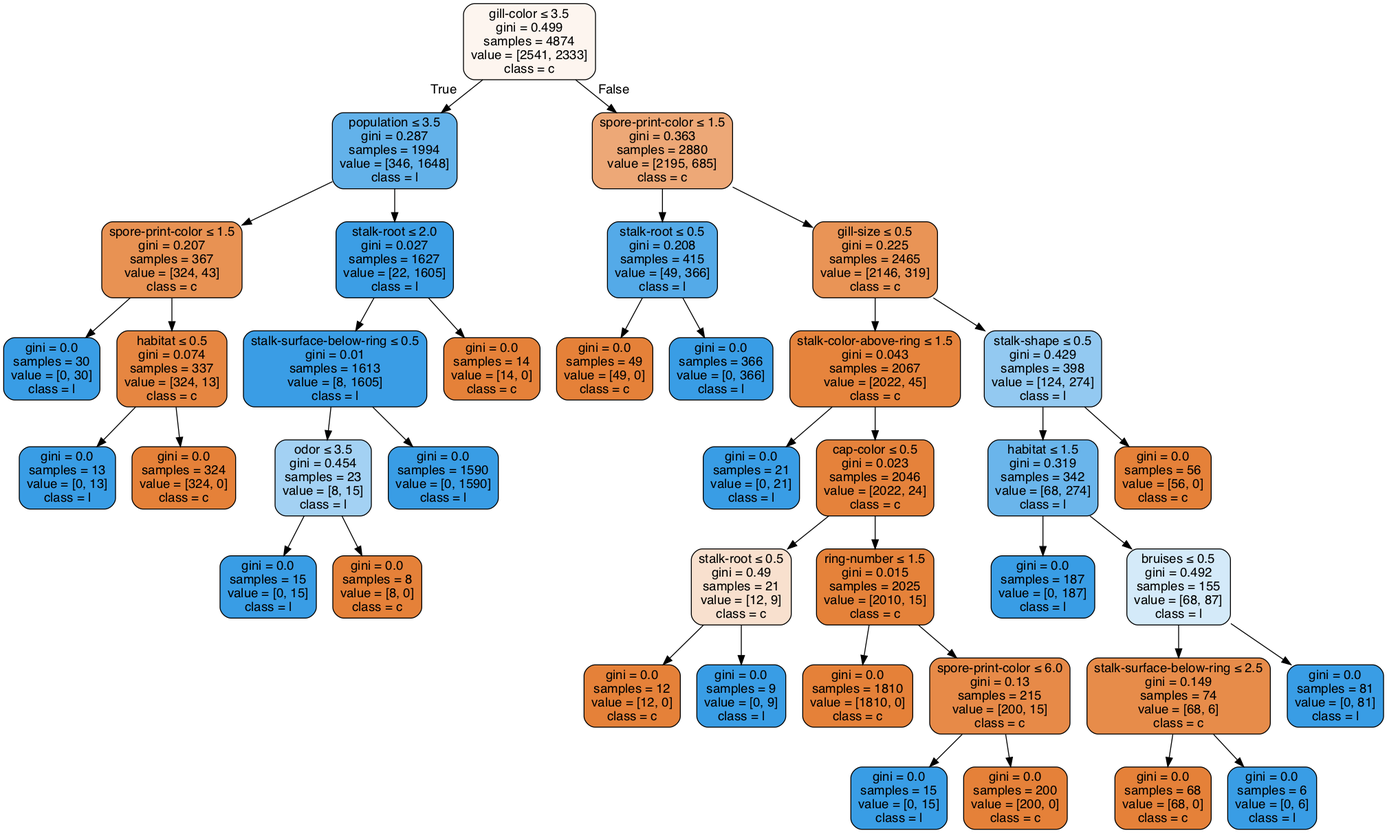
anhle199/Intro2AI-HCMUS keeps this Graphviz diagram as Lab02/clf-60-40.gv.png. Above is the earlier version. Its source is kept beside it as Lab02/clf-60-40.gv.
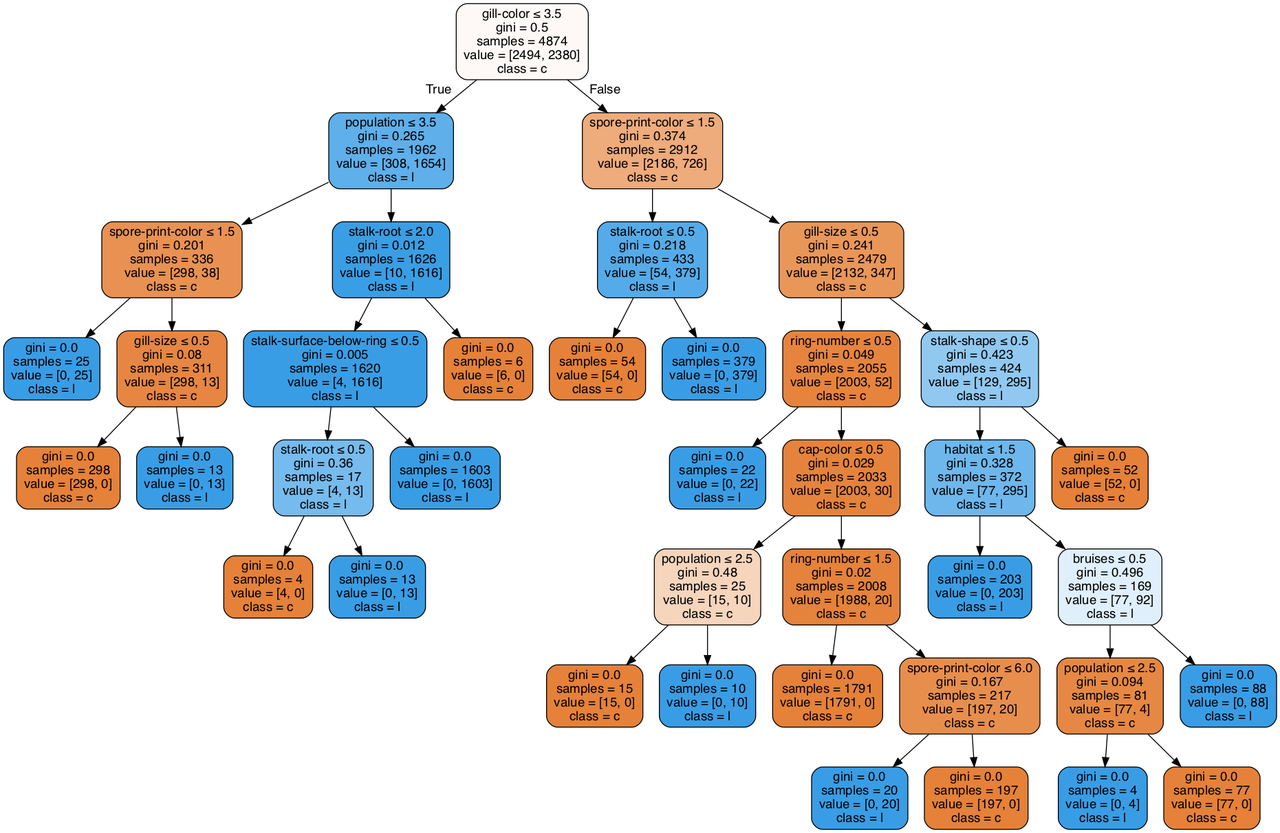
After the commit.

Diff of the diagram source:
```diff
@@ -1,81 +1,81 @@
 digraph Tree {
 node [shape=box, style="filled, rounded", color="black", fontname=helvetica] ;
 edge [fontname=helvetica] ;
-0 [label=<gill-color &le; 3.5<br/>gini = 0.499<br/>samples = 4874<br/>value = [2541, 2333]<br/>class = c>, fillcolor="#fdf5ef"] ;
-1 [label=<population &le; 3.5<br/>gini = 0.287<br/>samples = 1994<br/>value = [346, 1648]<br/>class = l>, fillcolor="#63b2ea"] ;
+0 [label=<gill-color &le; 3.5<br/>gini = 0.5<br/>samples = 4874<br/>value = [2494, 2380]<br/>class = c>, fillcolor="#fef9f6"] ;
+1 [label=<population &le; 3.5<br/>gini = 0.265<br/>samples = 1962<br/>value = [308, 1654]<br/>class = l>, fillcolor="#5eafea"] ;
 0 -> 1 [labeldistance=2.5, labelangle=45, headlabel="True"] ;
-2 [label=<spore-print-color &le; 1.5<br/>gini = 0.207<br/>samples = 367<br/>value = [324, 43]<br/>class = c>, fillcolor="#e89253"] ;
+2 [label=<spore-print-color &le; 1.5<br/>gini = 0.201<br/>samples = 336<br/>value = [298, 38]<br/>class = c>, fillcolor="#e89152"] ;
 1 -> 2 ;
-3 [label=<gini = 0.0<br/>samples = 30<br/>value = [0, 30]<br/>class = l>, fillcolor="#399de5"] ;
+3 [label=<gini = 0.0<br/>samples = 25<br/>value = [0, 25]<br/>class = l>, fillcolor="#399de5"] ;
 2 -> 3 ;
-4 [label=<habitat &le; 0.5<br/>gini = 0.074<br/>samples = 337<br/>value = [324, 13]<br/>class = c>, fillcolor="#e68641"] ;
+4 [label=<gill-size &le; 0.5<br/>gini = 0.08<br/>samples = 311<br/>value = [298, 13]<br/>class = c>, fillcolor="#e68642"] ;
 2 -> 4 ;
-5 [label=<gini = 0.0<br/>samples = 13<br/>value = [0, 13]<br/>class = l>, fillcolor="#399de5"] ;
+5 [label=<gini = 0.0<br/>samples = 298<br/>value = [298, 0]<br/>class = c>, fillcolor="#e58139"] ;
 4 -> 5 ;
-6 [label=<gini = 0.0<br/>samples = 324<br/>value = [324, 0]<br/>class = c>, fillcolor="#e58139"] ;
+6 [label=<gini = 0.0<br/>samples = 13<br/>value = [0, 13]<br/>class = l>, fillcolor="#399de5"] ;
 4 -> 6 ;
-7 [label=<stalk-root &le; 2.0<br/>gini = 0.027<br/>samples = 1627<br/>value = [22, 1605]<br/>class = l>, fillcolor="#3c9ee5"] ;
+7 [label=<stalk-root &le; 2.0<br/>gini = 0.012<br/>samples = 1626<br/>value = [10, 1616]<br/>class = l>, fillcolor="#3a9ee5"] ;
 1 -> 7 ;
-8 [label=<stalk-surface-below-ring &le; 0.5<br/>gini = 0.01<br/>samples = 1613<br/>value = [8, 1605]<br/>class = l>, fillcolor="#3a9de5"] ;
+8 [label=<stalk-surface-below-ring &le; 0.5<br/>gini = 0.005<br/>samples = 1620<br/>value = [4, 1616]<br/>class = l>, fillcolor="#399de5"] ;
 7 -> 8 ;
-9 [label=<odor &le; 3.5<br/>gini = 0.454<br/>samples = 23<br/>value = [8, 15]<br/>class = l>, fillcolor="#a3d1f3"] ;
+9 [label=<stalk-root &le; 0.5<br/>gini = 0.36<br/>samples = 17<br/>value = [4, 13]<br/>class = l>, fillcolor="#76bbed"] ;
 8 -> 9 ;
-10 [label=<gini = 0.0<br/>samples = 15<br/>value = [0, 15]<br/>class = l>, fillcolor="#399de5"] ;
+10 [label=<gini = 0.0<br/>samples = 4<br/>value = [4, 0]<br/>class = c>, fillcolor="#e58139"] ;
 9 -> 10 ;
-11 [label=<gini = 0.0<br/>samples = 8<br/>value = [8, 0]<br/>class = c>, fillcolor="#e58139"] ;
+11 [label=<gini = 0.0<br/>samples = 13<br/>value = [0, 13]<br/>class = l>, fillcolor="#399de5"] ;
 9 -> 11 ;
-12 [label=<gini = 0.0<br/>samples = 1590<br/>value = [0, 1590]<br/>class = l>, fillcolor="#399de5"] ;
+12 [label=<gini = 0.0<br/>samples = 1603<br/>value = [0, 1603]<br/>class = l>, fillcolor="#399de5"] ;
 8 -> 12 ;
-13 [label=<gini = 0.0<br/>samples = 14<br/>value = [14, 0]<br/>class = c>, fillcolor="#e58139"] ;
+13 [label=<gini = 0.0<br/>samples = 6<br/>value = [6, 0]<br/>class = c>, fillcolor="#e58139"] ;
 7 -> 13 ;
-14 [label=<spore-print-color &le; 1.5<br/>gini = 0.363<br/>samples = 2880<br/>value = [2195, 685]<br/>class = c>, fillcolor="#eda877"] ;
+14 [label=<spore-print-color &le; 1.5<br/>gini = 0.374<br/>samples = 2912<br/>value = [2186, 726]<br/>class = c>, fillcolor="#eeab7b"] ;
 0 -> 14 [labeldistance=2.5, labelangle=-45, headlabel="False"] ;
-15 [label=<stalk-root &le; 0.5<br/>gini = 0.208<br/>samples = 415<br/>value = [49, 366]<br/>class = l>, fillcolor="#54aae8"] ;
+15 [label=<stalk-root &le; 0.5<br/>gini = 0.218<br/>samples = 433<br/>value = [54, 379]<br/>class = l>, fillcolor="#55abe9"] ;
 14 -> 15 ;
-16 [label=<gini = 0.0<br/>samples = 49<br/>value = [49, 0]<br/>class = c>, fillcolor="#e58139"] ;
+16 [label=<gini = 0.0<br/>samples = 54<br/>value = [54, 0]<br/>class = c>, fillcolor="#e58139"] ;
 15 -> 16 ;
-17 [label=<gini = 0.0<br/>samples = 366<br/>value = [0, 366]<br/>class = l>, fillcolor="#399de5"] ;
+17 [label=<gini = 0.0<br/>samples = 379<br/>value = [0, 379]<br/>class = l>, fillcolor="#399de5"] ;
 15 -> 17 ;
-18 [label=<gill-size &le; 0.5<br/>gini = 0.225<br/>samples = 2465<br/>value = [2146, 319]<br/>class = c>, fillcolor="#e99456"] ;
+18 [label=<gill-size &le; 0.5<br/>gini = 0.241<br/>samples = 2479<br/>value = [2132, 347]<br/>class = c>, fillcolor="#e99659"] ;
 14 -> 18 ;
-19 [label=<stalk-color-above-ring &le; 1.5<br/>gini = 0.043<br/>samples = 2067<br/>value = [2022, 45]<br/>class = c>, fillcolor="#e6843d"] ;
+19 [label=<ring-number &le; 0.5<br/>gini = 0.049<br/>samples = 2055<br/>value = [2003, 52]<br/>class = c>, fillcolor="#e6843e"] ;
 18 -> 19 ;
-20 [label=<gini = 0.0<br/>samples = 21<br/>value = [0, 21]<br/>class = l>, fillcolor="#399de5"] ;
+20 [label=<gini = 0.0<br/>samples = 22<br/>value = [0, 22]<br/>class = l>, fillcolor="#399de5"] ;
 19 -> 20 ;
-21 [label=<cap-color &le; 0.5<br/>gini = 0.023<br/>samples = 2046<br/>value = [2022, 24]<br/>class = c>, fillcolor="#e5823b"] ;
+21 [label=<cap-color &le; 0.5<br/>gini = 0.029<br/>samples = 2033<br/>value = [2003, 30]<br/>class = c>, fillcolor="#e5833c"] ;
 19 -> 21 ;
-22 [label=<stalk-root &le; 0.5<br/>gini = 0.49<br/>samples = 21<br/>value = [12, 9]<br/>class = c>, fillcolor="#f8e0ce"] ;
+22 [label=<population &le; 2.5<br/>gini = 0.48<br/>samples = 25<br/>value = [15, 10]<br/>class = c>, fillcolor="#f6d5bd"] ;
 21 -> 22 ;
-23 [label=<gini = 0.0<br/>samples = 12<br/>value = [12, 0]<br/>class = c>, fillcolor="#e58139"] ;
+23 [label=<gini = 0.0<br/>samples = 15<br/>value = [15, 0]<br/>class = c>, fillcolor="#e58139"] ;
 22 -> 23 ;
-24 [label=<gini = 0.0<br/>samples = 9<br/>value = [0, 9]<br/>class = l>, fillcolor="#399de5"] ;
+24 [label=<gini = 0.0<br/>samples = 10<br/>value = [0, 10]<br/>class = l>, fillcolor="#399de5"] ;
 22 -> 24 ;
-25 [label=<ring-number &le; 1.5<br/>gini = 0.015<br/>samples = 2025<br/>value = [2010, 15]<br/>class = c>, fillcolor="#e5823a"] ;
+25 [label=<ring-number &le; 1.5<br/>gini = 0.02<br/>samples = 2008<br/>value = [1988, 20]<br/>class = c>, fillcolor="#e5823b"] ;
 21 -> 25 ;
-26 [label=<gini = 0.0<br/>samples = 1810<br/>value = [1810, 0]<br/>class = c>, fillcolor="#e58139"] ;
+26 [label=<gini = 0.0<br/>samples = 1791<br/>value = [1791, 0]<br/>class = c>, fillcolor="#e58139"] ;
 25 -> 26 ;
-27 [label=<spore-print-color &le; 6.0<br/>gini = 0.13<br/>samples = 215<br/>value = [200, 15]<br/>class = c>, fillcolor="#e78a48"] ;
+27 [label=<spore-print-color &le; 6.0<br/>gini = 0.167<br/>samples = 217<br/>value = [197, 20]<br/>class = c>, fillcolor="#e88e4d"] ;
 25 -> 27 ;
-28 [label=<gini = 0.0<br/>samples = 15<br/>value = [0, 15]<br/>class = l>, fillcolor="#399de5"] ;
+28 [label=<gini = 0.0<br/>samples = 20<br/>value = [0, 20]<br/>class = l>, fillcolor="#399de5"] ;
 27 -> 28 ;
-29 [label=<gini = 0.0<br/>samples = 200<br/>value = [200, 0]<br/>class = c>, fillcolor="#e58139"] ;
+29 [label=<gini = 0.0<br/>samples = 197<br/>value = [197, 0]<br/>class = c>, fillcolor="#e58139"] ;
 27 -> 29 ;
-30 [label=<stalk-shape &le; 0.5<br/>gini = 0.429<br/>samples = 398<br/>value = [124, 274]<br/>class = l>, fillcolor="#93c9f1"] ;
+30 [label=<stalk-shape &le; 0.5<br/>gini = 0.423<br/>samples = 424<br/>value = [129, 295]<br/>class = l>, fillcolor="#90c8f0"] ;
 18 -> 30 ;
-31 [label=<habitat &le; 1.5<br/>gini = 0.319<br/>samples = 342<br/>value = [68, 274]<br/>class = l>, fillcolor="#6ab5eb"] ;
+31 [label=<habitat &le; 1.5<br/>gini = 0.328<br/>samples = 372<br/>value = [77, 295]<br/>class = l>, fillcolor="#6db7ec"] ;
 30 -> 31 ;
-32 [label=<gini = 0.0<br/>samples = 187<br/>value = [0, 187]<br/>class = l>, fillcolor="#399de5"] ;
+32 [label=<gini = 0.0<br/>samples = 203<br/>value = [0, 203]<br/>class = l>, fillcolor="#399de5"] ;
 31 -> 32 ;
-33 [label=<bruises &le; 0.5<br/>gini = 0.492<br/>samples = 155<br/>value = [68, 87]<br/>class = l>, fillcolor="#d4eaf9"] ;
+33 [label=<bruises &le; 0.5<br/>gini = 0.496<br/>samples = 169<br/>value = [77, 92]<br/>class = l>, fillcolor="#dfeffb"] ;
 31 -> 33 ;
-34 [label=<stalk-surface-below-ring &le; 2.5<br/>gini = 0.149<br/>samples = 74<br/>value = [68, 6]<br/>class = c>, fillcolor="#e78c4a"] ;
+34 [label=<population &le; 2.5<br/>gini = 0.094<br/>samples = 81<br/>value = [77, 4]<br/>class = c>, fillcolor="#e68843"] ;
 33 -> 34 ;
-35 [label=<gini = 0.0<br/>samples = 68<br/>value = [68, 0]<br/>class = c>, fillcolor="#e58139"] ;
+35 [label=<gini = 0.0<br/>samples = 4<br/>value = [0, 4]<br/>class = l>, fillcolor="#399de5"] ;
 34 -> 35 ;
-36 [label=<gini = 0.0<br/>samples = 6<br/>value = [0, 6]<br/>class = l>, fillcolor="#399de5"] ;
+36 [label=<gini = 0.0<br/>samples = 77<br/>value = [77, 0]<br/>class = c>, fillcolor="#e58139"] ;
 34 -> 36 ;
-37 [label=<gini = 0.0<br/>samples = 81<br/>value = [0, 81]<br/>class = l>, fillcolor="#399de5"] ;
+37 [label=<gini = 0.0<br/>samples = 88<br/>value = [0, 88]<br/>class = l>, fillcolor="#399de5"] ;
 33 -> 37 ;
-38 [label=<gini = 0.0<br/>samples = 56<br/>value = [56, 0]<br/>class = c>, fillcolor="#e58139"] ;
+38 [label=<gini = 0.0<br/>samples = 52<br/>value = [52, 0]<br/>class = c>, fillcolor="#e58139"] ;
 30 -> 38 ;
 }
```
